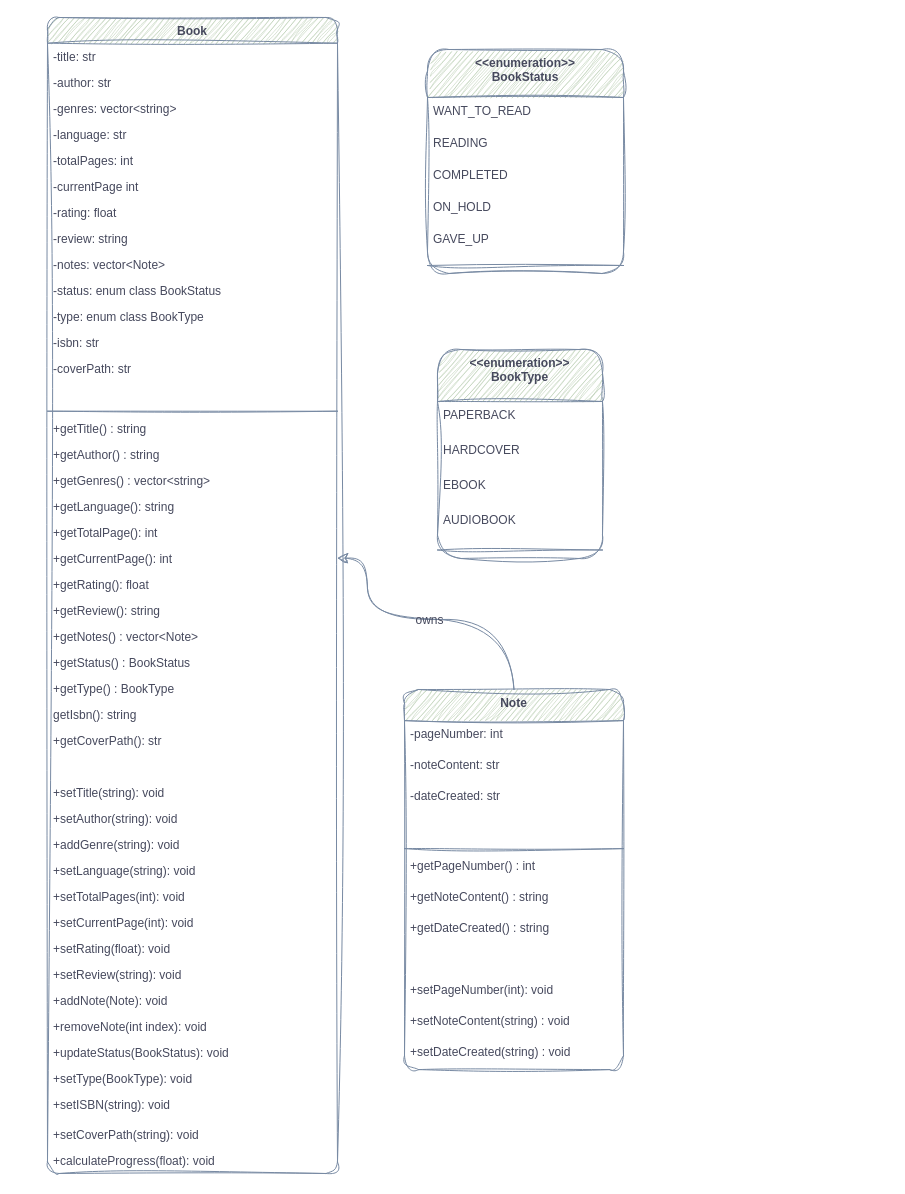
Earlier version of the draw.io diagram uml_core.drawio (Newlove-Kwarfo/LibMark). Source tidied: cells renumbered, new cells numbered last; positions are measured from the earlier drawing's top-left corner, leaving out a move shared by most shapes. Both pictures are drawn from the tidied source at 100%, with x=0, y=0 at pixel (47, 17).
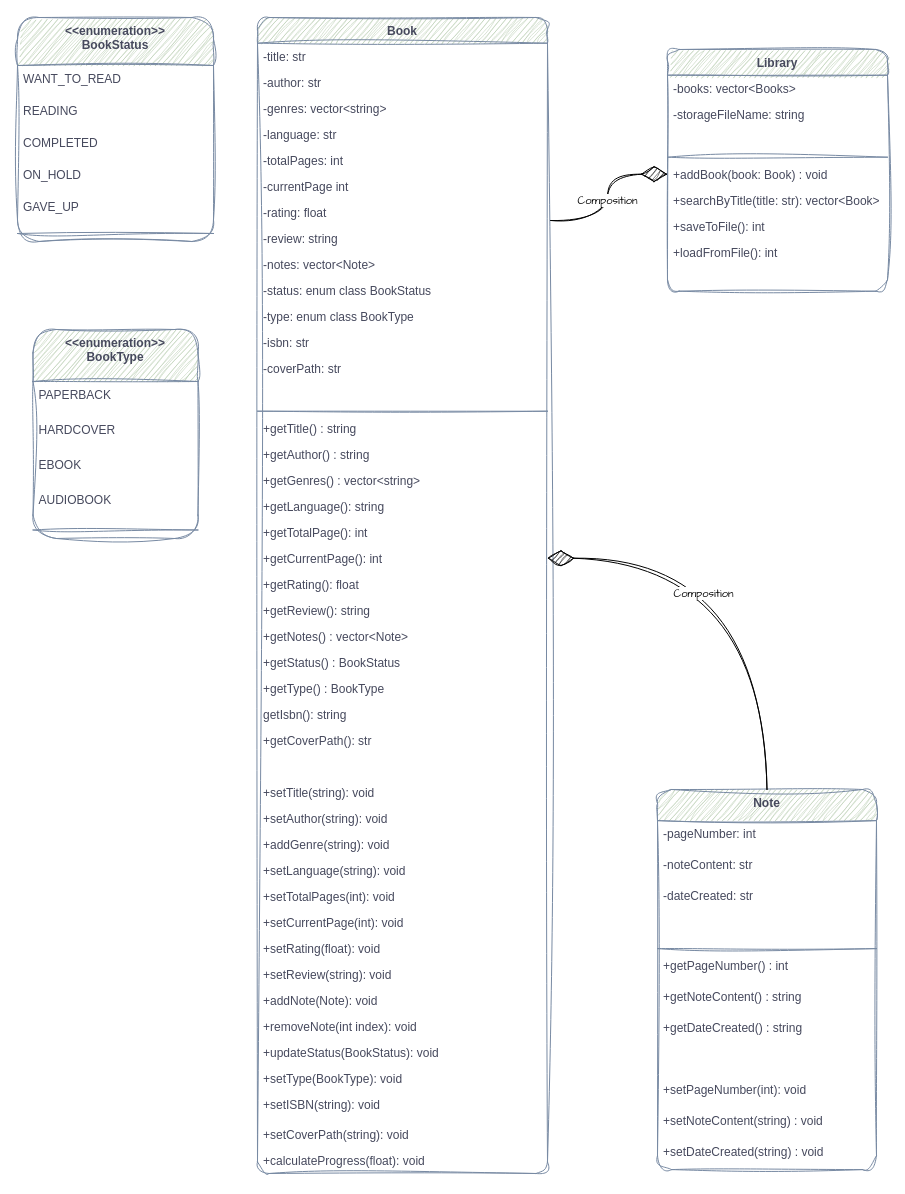
After the change.

Commit message (it also covers changes not shown here):
library core added

The change refers to these unchanged cells:
```xml
<mxCell id="9" value="-rating: float" style="text;strokeColor=none;fillColor=none;align=left;verticalAlign=top;spacingLeft=4;spacingRight=4;overflow=hidden;points=[[0,0.5],[1,0.5]];portConstraint=eastwest;labelBackgroundColor=none;fontColor=#46495D;rounded=1;sketch=1;curveFitting=1;jiggle=2;" parent="2" vertex="1">
  <mxGeometry y="181.7" width="290" height="26" as="geometry" />
</mxCell>
<mxCell id="23" value="+getCurrentPage(): int" style="text;strokeColor=none;fillColor=none;align=left;verticalAlign=top;spacingLeft=4;spacingRight=4;overflow=hidden;points=[[0,0.5],[1,0.5]];portConstraint=eastwest;labelBackgroundColor=none;fontColor=#46495D;rounded=1;sketch=1;curveFitting=1;jiggle=2;" parent="2" vertex="1">
  <mxGeometry y="527.7" width="290" height="26" as="geometry" />
</mxCell>
```

Change to the diagram source:
```diff
@@
     <mxCell id="2" value="Book" style="swimlane;fontStyle=1;align=center;verticalAlign=top;horizontal=1;startSize=25.68421052631579;fillColor=#B2C9AB;strokeColor=#788AA3;fontColor=#46495D;labelBackgroundColor=none;rounded=1;sketch=1;curveFitting=1;jiggle=2;" parent="1" vertex="1">
-      <mxGeometry width="290" height="1156" as="geometry" />
+      <mxGeometry x="210" width="290" height="1156" as="geometry" />
     </mxCell>
@@
-    <mxCell id="47" style="edgeStyle=orthogonalEdgeStyle;curved=1;rounded=1;jettySize=auto;html=1;exitX=0.5;exitY=0;exitDx=0;exitDy=0;entryX=1;entryY=0.5;entryDx=0;entryDy=0;fontSize=12;startSize=8;endSize=8;labelBackgroundColor=none;strokeColor=#788AA3;fontColor=default;sketch=1;curveFitting=1;jiggle=2;" parent="1" edge="1" source="49" target="23">
-      <mxGeometry relative="1" as="geometry">
-        <Array as="points">
-          <mxPoint x="467" y="602" />
-          <mxPoint x="320" y="602" />
-          <mxPoint x="320" y="541" />
-        </Array>
-      </mxGeometry>
-    </mxCell>
-    <mxCell id="48" value="owns" style="edgeLabel;html=1;align=center;verticalAlign=middle;fontSize=12;labelBackgroundColor=none;fontColor=#46495D;sketch=1;curveFitting=1;jiggle=2;rounded=1;" parent="47" vertex="1">
-      <mxGeometry x="0.01" relative="1" as="geometry" />
-    </mxCell>
     <mxCell id="49" value="Note" style="swimlane;fontStyle=1;align=center;verticalAlign=top;horizontal=1;startSize=31.11111111111111;fillColor=#B2C9AB;strokeColor=#788AA3;fontColor=#46495D;labelBackgroundColor=none;rounded=1;sketch=1;curveFitting=1;jiggle=2;" parent="1" vertex="1">
-      <mxGeometry x="357" y="672" width="219" height="380.1" as="geometry" />
+      <mxGeometry x="610" y="772" width="219" height="380.1" as="geometry" />
     </mxCell>
@@
     <mxCell id="62" value="&lt;&lt;enumeration&gt;&gt;&#10;BookStatus" style="swimlane;fontStyle=1;align=center;verticalAlign=top;horizontal=1;startSize=48;fillColor=#B2C9AB;strokeColor=#788AA3;fontColor=#46495D;labelBackgroundColor=none;rounded=1;sketch=1;curveFitting=1;jiggle=2;" parent="1" vertex="1">
-      <mxGeometry x="380" y="32" width="196" height="224" as="geometry" />
+      <mxGeometry x="-30" width="196" height="224" as="geometry" />
     </mxCell>
@@
     <mxCell id="69" value="&lt;&lt;enumeration&gt;&gt;&#10;BookType" style="swimlane;fontStyle=1;align=center;verticalAlign=top;horizontal=1;startSize=52;fillColor=#B2C9AB;strokeColor=#788AA3;fontColor=#46495D;labelBackgroundColor=none;rounded=1;sketch=1;curveFitting=1;jiggle=2;" parent="1" vertex="1">
-      <mxGeometry x="390" y="332" width="165" height="209" as="geometry" />
+      <mxGeometry x="-14.5" y="312" width="165" height="209" as="geometry" />
     </mxCell>
@@
+    <mxCell id="47" style="endArrow=diamondThin;endFill=1;endSize=24;html=1;rounded=0;sketch=1;hachureGap=4;jiggle=2;curveFitting=1;fontFamily=Architects Daughter;entryX=1;entryY=0.5;entryDx=0;entryDy=0;exitX=0.5;exitY=0;exitDx=0;exitDy=0;edgeStyle=orthogonalEdgeStyle;curved=1;" parent="1" edge="1" source="49" target="23">
+      <mxGeometry relative="1" as="geometry" />
+    </mxCell>
+    <mxCell id="75" value="Composition" style="edgeLabel;html=1;align=center;verticalAlign=middle;sketch=1;hachureGap=4;jiggle=2;curveFitting=1;fontFamily=Architects Daughter;" parent="47" vertex="1">
+      <mxGeometry x="0.31" y="35" relative="1" as="geometry" />
+    </mxCell>
+    <mxCell id="76" value="Library" style="swimlane;fontStyle=1;align=center;verticalAlign=top;horizontal=1;startSize=25.68421052631579;fillColor=#B2C9AB;strokeColor=#788AA3;fontColor=#46495D;labelBackgroundColor=none;rounded=1;sketch=1;curveFitting=1;jiggle=2;" parent="1" vertex="1">
+      <mxGeometry x="620" y="32" width="220" height="241.7" as="geometry" />
+    </mxCell>
+    <mxCell id="77" value="-books: vector&lt;Books&gt;" style="text;strokeColor=none;fillColor=none;align=left;verticalAlign=top;spacingLeft=4;spacingRight=4;overflow=hidden;labelBackgroundColor=none;fontColor=#46495D;rounded=1;sketch=1;curveFitting=1;jiggle=2;" parent="76" vertex="1">
+      <mxGeometry y="25.7" width="220" height="26" as="geometry" />
+    </mxCell>
+    <mxCell id="78" value="-storageFileName: string" style="text;strokeColor=none;fillColor=none;align=left;verticalAlign=top;spacingLeft=4;spacingRight=4;overflow=hidden;labelBackgroundColor=none;fontColor=#46495D;rounded=1;sketch=1;curveFitting=1;jiggle=2;" parent="76" vertex="1">
+      <mxGeometry y="51.7" width="220" height="26" as="geometry" />
+    </mxCell>
+    <mxCell id="79" style="text;strokeColor=none;fillColor=none;align=left;verticalAlign=top;spacingLeft=4;spacingRight=4;overflow=hidden;labelBackgroundColor=none;fontColor=#46495D;rounded=1;sketch=1;curveFitting=1;jiggle=2;" parent="76" vertex="1">
+      <mxGeometry y="77.7" width="220" height="26" as="geometry" />
+    </mxCell>
+    <mxCell id="80" style="line;strokeWidth=1;fillColor=none;align=left;verticalAlign=middle;spacingTop=-1;spacingLeft=3;spacingRight=3;labelPosition=right;strokeColor=#788AA3;labelBackgroundColor=none;fontColor=#46495D;rounded=1;sketch=1;curveFitting=1;jiggle=2;" parent="76" vertex="1">
+      <mxGeometry y="103.7" width="220" height="8" as="geometry" />
+    </mxCell>
+    <mxCell id="81" value="+addBook(book: Book) : void" style="text;strokeColor=none;fillColor=none;align=left;verticalAlign=top;spacingLeft=4;spacingRight=4;overflow=hidden;points=[[0,0.5],[1,0.5]];portConstraint=eastwest;labelBackgroundColor=none;fontColor=#46495D;rounded=1;sketch=1;curveFitting=1;jiggle=2;" parent="76" vertex="1">
+      <mxGeometry y="111.7" width="220" height="26" as="geometry" />
+    </mxCell>
+    <mxCell id="82" value="+searchByTitle(title: str): vector&lt;Book&gt;" style="text;strokeColor=none;fillColor=none;align=left;verticalAlign=top;spacingLeft=4;spacingRight=4;overflow=hidden;labelBackgroundColor=none;fontColor=#46495D;rounded=1;sketch=1;curveFitting=1;jiggle=2;" parent="76" vertex="1">
+      <mxGeometry y="137.7" width="220" height="26" as="geometry" />
+    </mxCell>
+    <mxCell id="83" value="+saveToFile(): int" style="text;strokeColor=none;fillColor=none;align=left;verticalAlign=top;spacingLeft=4;spacingRight=4;overflow=hidden;labelBackgroundColor=none;fontColor=#46495D;rounded=1;sketch=1;curveFitting=1;jiggle=2;" parent="76" vertex="1">
+      <mxGeometry y="163.7" width="220" height="26" as="geometry" />
+    </mxCell>
+    <mxCell id="84" value="+loadFromFile(): int" style="text;strokeColor=none;fillColor=none;align=left;verticalAlign=top;spacingLeft=4;spacingRight=4;overflow=hidden;labelBackgroundColor=none;fontColor=#46495D;rounded=1;sketch=1;curveFitting=1;jiggle=2;" parent="76" vertex="1">
+      <mxGeometry y="189.7" width="220" height="26" as="geometry" />
+    </mxCell>
+    <mxCell id="85" style="text;strokeColor=none;fillColor=none;align=left;verticalAlign=top;spacingLeft=4;spacingRight=4;overflow=hidden;labelBackgroundColor=none;fontColor=#46495D;rounded=1;sketch=1;curveFitting=1;jiggle=2;" parent="76" vertex="1">
+      <mxGeometry y="215.7" width="220" height="26" as="geometry" />
+    </mxCell>
+    <mxCell id="86" style="endArrow=diamondThin;endFill=1;endSize=24;html=1;rounded=0;sketch=1;hachureGap=4;jiggle=2;curveFitting=1;fontFamily=Architects Daughter;entryX=0;entryY=0.5;entryDx=0;entryDy=0;exitX=1.011;exitY=0.82;exitDx=0;exitDy=0;edgeStyle=orthogonalEdgeStyle;curved=1;exitPerimeter=0;" parent="1" edge="1" source="9" target="81">
+      <mxGeometry relative="1" as="geometry" />
+    </mxCell>
+    <mxCell id="87" value="Composition" style="edgeLabel;html=1;align=center;verticalAlign=middle;sketch=1;hachureGap=4;jiggle=2;curveFitting=1;fontFamily=Architects Daughter;" parent="86" vertex="1">
+      <mxGeometry x="0.31" y="35" relative="1" as="geometry">
+        <mxPoint x="-4" y="61" as="offset" />
+      </mxGeometry>
+    </mxCell>
```
